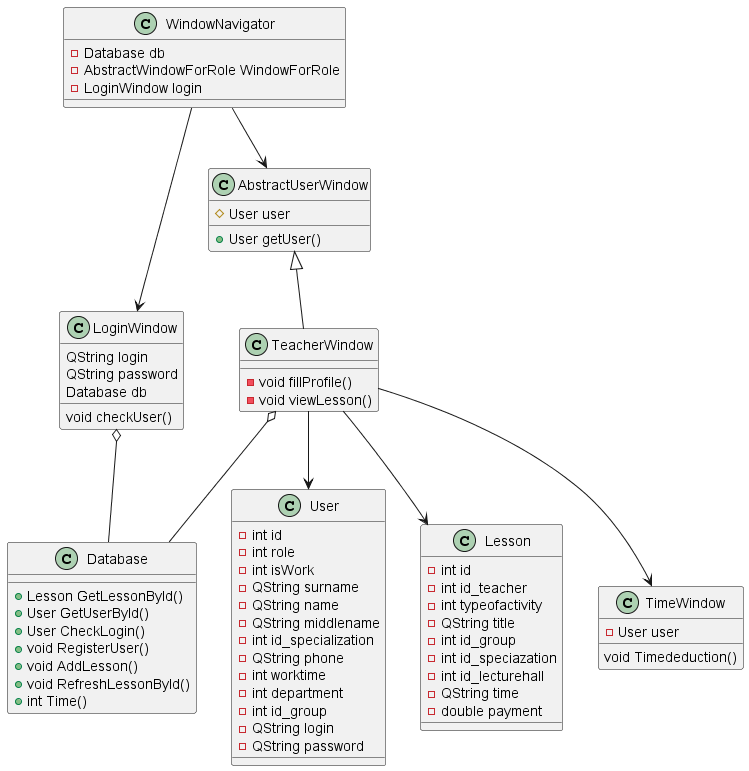
Undetaker45/MDKP keeps this PlantUML diagram as UML/out/Classes/Teacher/Teacher.wsd.png. Above is the earlier version.
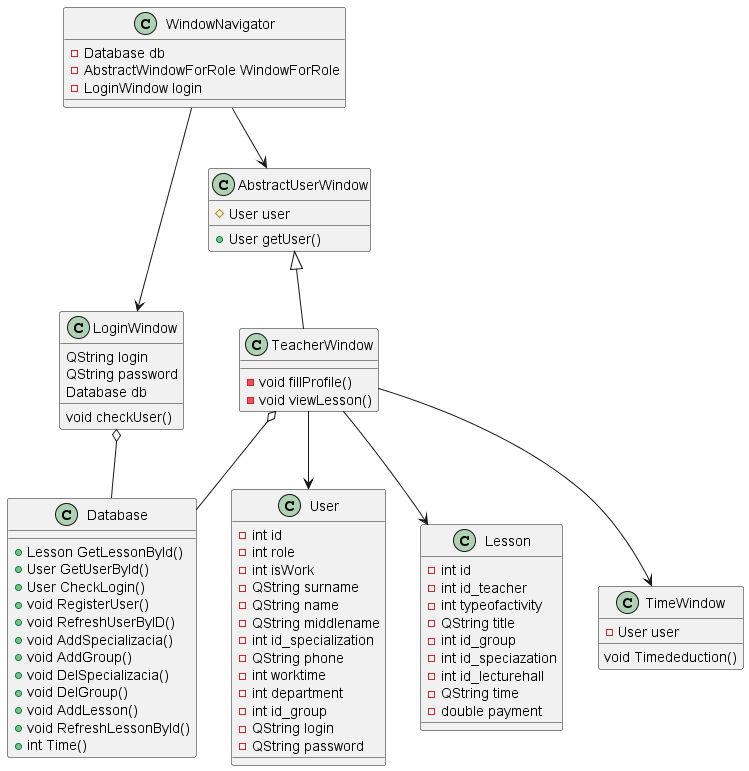
After the commit.

What changed in the source:
```diff
@@ -57,6 +57,11 @@
     +User GetUserById()
     +User CheckLogin()
     +void RegisterUser()
+    +void RefreshUserByID()
+    +void AddSpecializacia()
+    +void AddGroup()
+    +void DelSpecializacia()
+    +void DelGroup()
     +void AddLesson()
     +void RefreshLessonById()
     +int Time()
```
